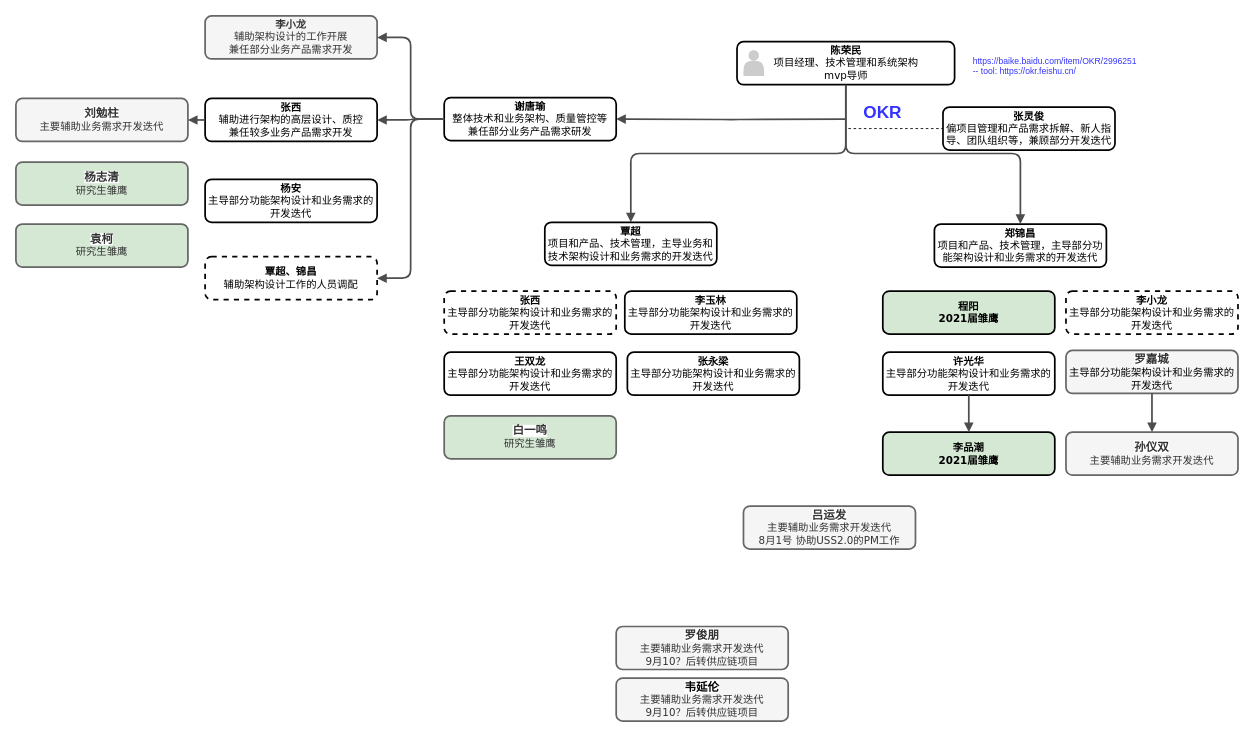
lawplus/diagrams keeps this draw.io diagram as tshop/组织架构.drawio. Above is the earlier version. Source tidied: cells renumbered, new cells numbered last; positions are measured from the earlier drawing's top-left corner, leaving out a move shared by most shapes. Both pictures are drawn from the tidied source at 86%, with x=0, y=0 at pixel (15, 15).
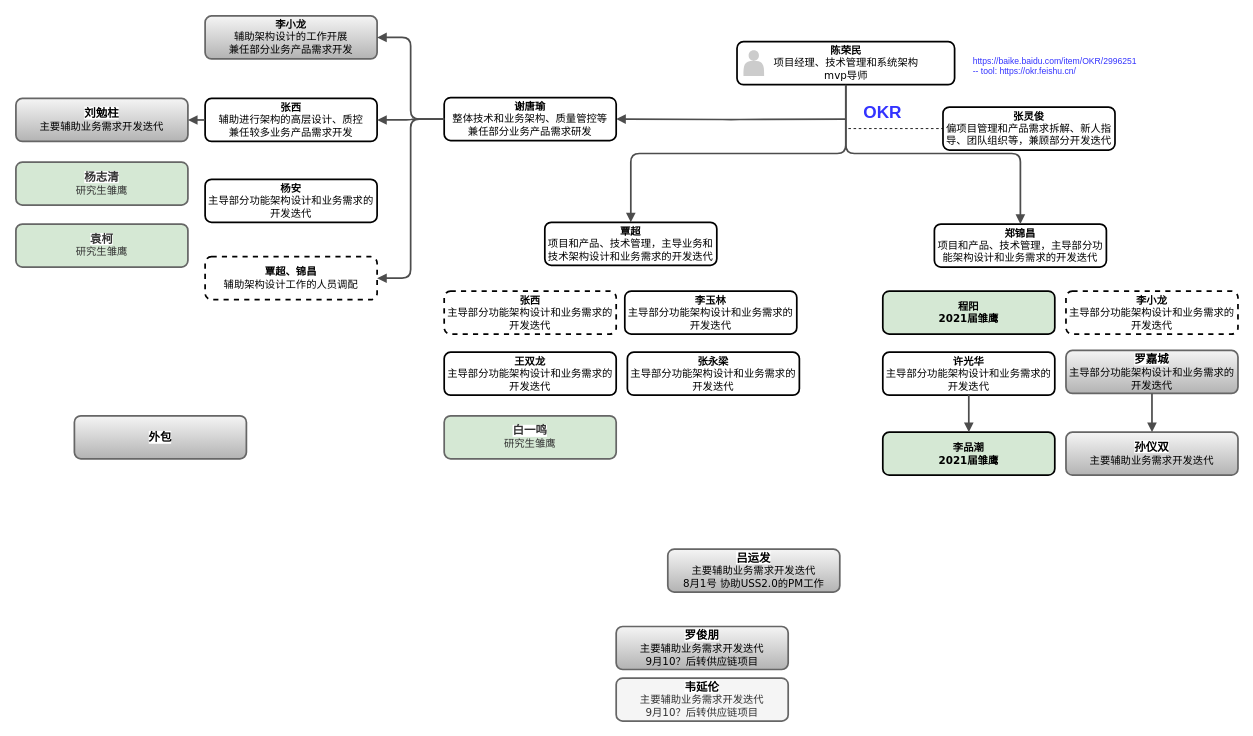
Above is the later version.

What changed in the source:
```diff
@@
-    <mxCell id="7" value="&lt;div&gt;李小龙&lt;/div&gt;&lt;div&gt;&lt;span style=&quot;font-weight: normal&quot;&gt;辅助架构设计的工作开展&lt;/span&gt;&lt;/div&gt;&lt;div&gt;&lt;span style=&quot;font-weight: normal&quot;&gt;兼任部分业务产品需求开发&lt;/span&gt;&lt;/div&gt;" style="whiteSpace=wrap;html=1;rounded=1;shadow=0;comic=0;strokeWidth=2;fontFamily=Verdana;align=center;fontSize=12;fontStyle=1;fillColor=#f5f5f5;strokeColor=#666666;fontColor=#333333;" parent="1" vertex="1">
+    <mxCell id="7" value="&lt;div&gt;李小龙&lt;/div&gt;&lt;div&gt;&lt;span style=&quot;font-weight: normal&quot;&gt;辅助架构设计的工作开展&lt;/span&gt;&lt;/div&gt;&lt;div&gt;&lt;span style=&quot;font-weight: normal&quot;&gt;兼任部分业务产品需求开发&lt;/span&gt;&lt;/div&gt;" style="whiteSpace=wrap;html=1;rounded=1;shadow=0;comic=0;strokeWidth=2;fontFamily=Verdana;align=center;fontSize=12;fontStyle=1;fillColor=#f5f5f5;strokeColor=#666666;gradientColor=#b3b3b3;" parent="1" vertex="1">
       <mxGeometry x="220" width="200" height="50" as="geometry" />
     </mxCell>
@@
-    <mxCell id="10" value="&lt;div&gt;&lt;span style=&quot;font-family: &amp;#34;arial&amp;#34; ; font-size: 13.3333px ; text-align: left ; background-color: rgb(255 , 255 , 255)&quot;&gt;刘勉柱&lt;/span&gt;&lt;br&gt;&lt;/div&gt;&lt;div&gt;&lt;span style=&quot;font-weight: normal&quot;&gt;主要辅助业务需求开发迭代&lt;/span&gt;&lt;/div&gt;" style="whiteSpace=wrap;html=1;rounded=1;shadow=0;comic=0;strokeWidth=2;fontFamily=Verdana;align=center;fontSize=12;fontStyle=1;fillColor=#f5f5f5;strokeColor=#666666;fontColor=#333333;" parent="1" vertex="1">
+    <mxCell id="10" value="&lt;div&gt;&lt;span style=&quot;font-family: &amp;#34;arial&amp;#34; ; font-size: 13.3333px ; text-align: left ; background-color: rgb(255 , 255 , 255)&quot;&gt;刘勉柱&lt;/span&gt;&lt;br&gt;&lt;/div&gt;&lt;div&gt;&lt;span style=&quot;font-weight: normal&quot;&gt;主要辅助业务需求开发迭代&lt;/span&gt;&lt;/div&gt;" style="whiteSpace=wrap;html=1;rounded=1;shadow=0;comic=0;strokeWidth=2;fontFamily=Verdana;align=center;fontSize=12;fontStyle=1;fillColor=#f5f5f5;strokeColor=#666666;gradientColor=#b3b3b3;" parent="1" vertex="1">
       <mxGeometry y="96" width="200" height="50" as="geometry" />
     </mxCell>
@@
-    <mxCell id="18" value="&lt;div&gt;&lt;font face=&quot;arial&quot;&gt;&lt;span style=&quot;font-size: 13.3333px ; background-color: rgb(255 , 255 , 255)&quot;&gt;罗嘉城&lt;/span&gt;&lt;/font&gt;&lt;/div&gt;&lt;div&gt;&lt;span style=&quot;color: rgb(0 , 0 , 0) ; font-weight: 400&quot;&gt;主导部分功能架构设计和业务需求的开发迭代&lt;/span&gt;&lt;br&gt;&lt;/div&gt;" style="whiteSpace=wrap;html=1;rounded=1;shadow=0;comic=0;strokeWidth=2;fontFamily=Verdana;align=center;fontSize=12;fontStyle=1;fillColor=#f5f5f5;strokeColor=#666666;fontColor=#333333;" parent="1" vertex="1">
+    <mxCell id="18" value="&lt;div&gt;&lt;font face=&quot;arial&quot;&gt;&lt;span style=&quot;font-size: 13.3333px ; background-color: rgb(255 , 255 , 255)&quot;&gt;罗嘉城&lt;/span&gt;&lt;/font&gt;&lt;/div&gt;&lt;div&gt;&lt;span style=&quot;color: rgb(0 , 0 , 0) ; font-weight: 400&quot;&gt;主导部分功能架构设计和业务需求的开发迭代&lt;/span&gt;&lt;br&gt;&lt;/div&gt;" style="whiteSpace=wrap;html=1;rounded=1;shadow=0;comic=0;strokeWidth=2;fontFamily=Verdana;align=center;fontSize=12;fontStyle=1;fillColor=#f5f5f5;strokeColor=#666666;gradientColor=#b3b3b3;" parent="1" vertex="1">
       <mxGeometry x="1221" y="389" width="200" height="50" as="geometry" />
     </mxCell>
-    <mxCell id="19" value="&lt;div&gt;&lt;font face=&quot;arial&quot;&gt;&lt;span style=&quot;font-size: 13.3333px ; background-color: rgb(255 , 255 , 255)&quot;&gt;吕运发&lt;/span&gt;&lt;/font&gt;&lt;/div&gt;&lt;div&gt;&lt;span style=&quot;font-weight: 400&quot;&gt;主要辅助业务需求开发迭代&lt;/span&gt;&lt;br&gt;&lt;/div&gt;&lt;div&gt;&lt;span style=&quot;font-weight: 400&quot;&gt;8月1号 协助USS2.0的PM工作&lt;/span&gt;&lt;/div&gt;" style="whiteSpace=wrap;html=1;rounded=1;shadow=0;comic=0;strokeWidth=2;fontFamily=Verdana;align=center;fontSize=12;fontStyle=1;fillColor=#f5f5f5;strokeColor=#666666;fontColor=#333333;" parent="1" vertex="1">
-      <mxGeometry x="846" y="570" width="200" height="50" as="geometry" />
+    <mxCell id="19" value="&lt;div&gt;&lt;font face=&quot;arial&quot;&gt;&lt;span style=&quot;font-size: 13.3333px ; background-color: rgb(255 , 255 , 255)&quot;&gt;吕运发&lt;/span&gt;&lt;/font&gt;&lt;/div&gt;&lt;div&gt;&lt;span style=&quot;font-weight: 400&quot;&gt;主要辅助业务需求开发迭代&lt;/span&gt;&lt;br&gt;&lt;/div&gt;&lt;div&gt;&lt;span style=&quot;font-weight: 400&quot;&gt;8月1号 协助USS2.0的PM工作&lt;/span&gt;&lt;/div&gt;" style="whiteSpace=wrap;html=1;rounded=1;shadow=0;comic=0;strokeWidth=2;fontFamily=Verdana;align=center;fontSize=12;fontStyle=1;fillColor=#f5f5f5;strokeColor=#666666;gradientColor=#b3b3b3;" parent="1" vertex="1">
+      <mxGeometry x="758" y="620" width="200" height="50" as="geometry" />
     </mxCell>
-    <mxCell id="20" value="&lt;div&gt;&lt;font face=&quot;arial&quot;&gt;&lt;span style=&quot;font-size: 13.3333px ; background-color: rgb(255 , 255 , 255)&quot;&gt;孙仪双&lt;/span&gt;&lt;/font&gt;&lt;/div&gt;&lt;div&gt;&lt;span style=&quot;font-weight: 400&quot;&gt;主要辅助业务需求开发迭代&lt;/span&gt;&lt;br&gt;&lt;/div&gt;" style="whiteSpace=wrap;html=1;rounded=1;shadow=0;comic=0;strokeWidth=2;fontFamily=Verdana;align=center;fontSize=12;fontStyle=1;fillColor=#f5f5f5;strokeColor=#666666;fontColor=#333333;" parent="1" vertex="1">
+    <mxCell id="20" value="&lt;div&gt;&lt;font face=&quot;arial&quot;&gt;&lt;span style=&quot;font-size: 13.3333px ; background-color: rgb(255 , 255 , 255)&quot;&gt;孙仪双&lt;/span&gt;&lt;/font&gt;&lt;/div&gt;&lt;div&gt;&lt;span style=&quot;font-weight: 400&quot;&gt;主要辅助业务需求开发迭代&lt;/span&gt;&lt;br&gt;&lt;/div&gt;" style="whiteSpace=wrap;html=1;rounded=1;shadow=0;comic=0;strokeWidth=2;fontFamily=Verdana;align=center;fontSize=12;fontStyle=1;fillColor=#f5f5f5;strokeColor=#666666;gradientColor=#b3b3b3;" parent="1" vertex="1">
       <mxGeometry x="1221" y="484" width="200" height="50" as="geometry" />
     </mxCell>
@@
-    <mxCell id="38" value="&lt;div&gt;&lt;span style=&quot;font-family: &amp;#34;arial&amp;#34; ; font-size: 13.3333px ; text-align: left ; background-color: rgb(255 , 255 , 255)&quot;&gt;罗俊朋&lt;/span&gt;&lt;br&gt;&lt;/div&gt;&lt;div&gt;&lt;span style=&quot;font-weight: normal&quot;&gt;主要辅助业务需求开发迭代&lt;/span&gt;&lt;/div&gt;&lt;div&gt;&lt;span style=&quot;font-weight: normal&quot;&gt;9月10？后转供应链项目&lt;/span&gt;&lt;/div&gt;" style="whiteSpace=wrap;html=1;rounded=1;shadow=0;comic=0;strokeWidth=2;fontFamily=Verdana;align=center;fontSize=12;fontStyle=1;fillColor=#f5f5f5;strokeColor=#666666;fontColor=#333333;" parent="1" vertex="1">
+    <mxCell id="38" value="&lt;div&gt;&lt;span style=&quot;font-family: &amp;#34;arial&amp;#34; ; font-size: 13.3333px ; text-align: left ; background-color: rgb(255 , 255 , 255)&quot;&gt;罗俊朋&lt;/span&gt;&lt;br&gt;&lt;/div&gt;&lt;div&gt;&lt;span style=&quot;font-weight: normal&quot;&gt;主要辅助业务需求开发迭代&lt;/span&gt;&lt;/div&gt;&lt;div&gt;&lt;span style=&quot;font-weight: normal&quot;&gt;9月10？后转供应链项目&lt;/span&gt;&lt;/div&gt;" style="whiteSpace=wrap;html=1;rounded=1;shadow=0;comic=0;strokeWidth=2;fontFamily=Verdana;align=center;fontSize=12;fontStyle=1;fillColor=#f5f5f5;strokeColor=#666666;gradientColor=#b3b3b3;" parent="1" vertex="1">
       <mxGeometry x="698" y="710" width="200" height="50" as="geometry" />
     </mxCell>
@@
+    <mxCell id="41" value="&lt;div style=&quot;text-align: left&quot;&gt;&lt;font face=&quot;arial&quot;&gt;&lt;span style=&quot;font-size: 13.3333px ; background-color: rgb(255 , 255 , 255)&quot;&gt;外包&lt;/span&gt;&lt;/font&gt;&lt;/div&gt;" style="whiteSpace=wrap;html=1;rounded=1;shadow=0;comic=0;strokeWidth=2;fontFamily=Verdana;align=center;fontSize=12;fontStyle=1;fillColor=#f5f5f5;strokeColor=#666666;gradientColor=#b3b3b3;" parent="1" vertex="1">
+      <mxGeometry x="68" y="465" width="200" height="50" as="geometry" />
+    </mxCell>
```
